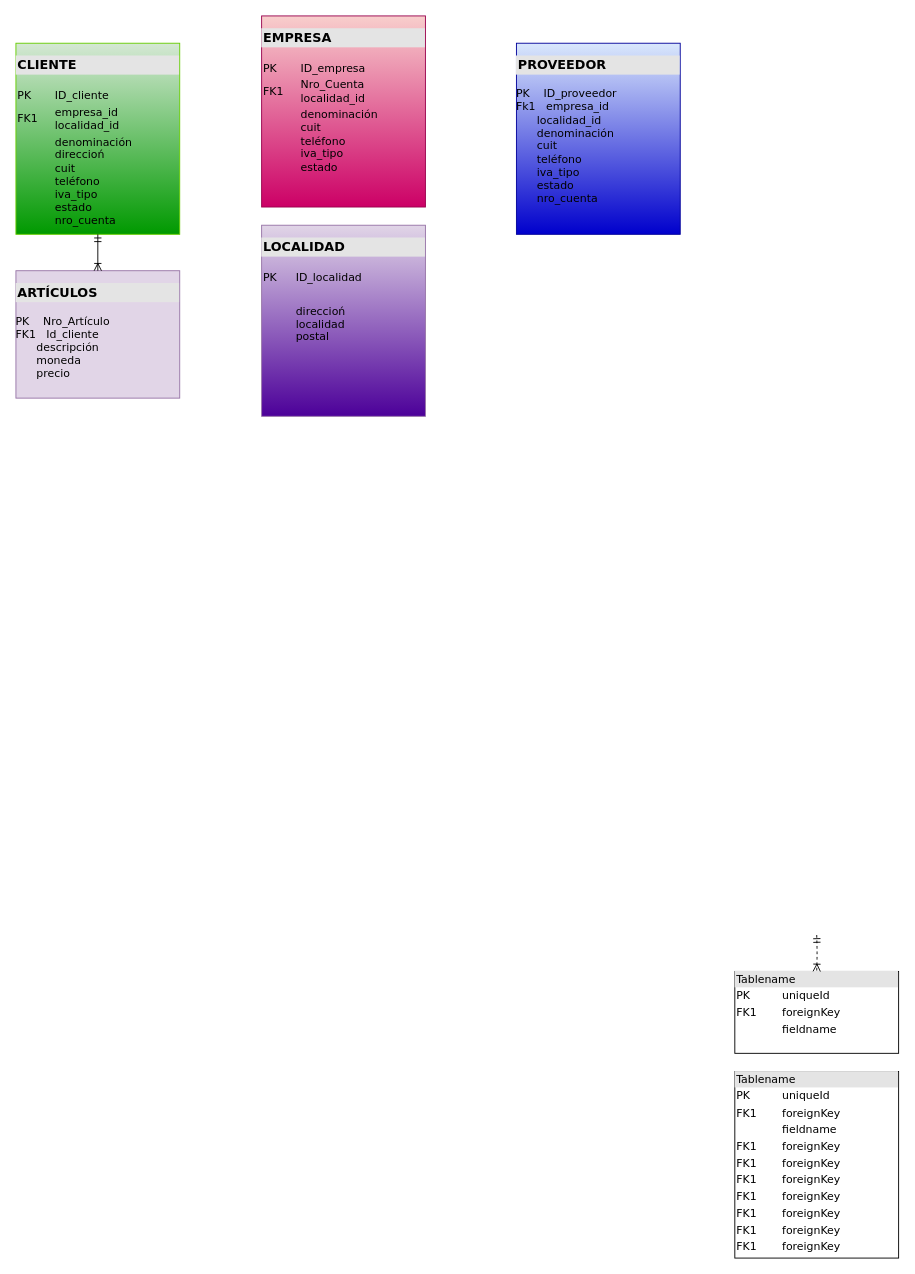
Above: tablas.drawio in nataliaMarzec/sac (draw.io), before the change. Source tidied: cells renumbered, new cells numbered last; positions are measured from the earlier drawing's top-left corner, leaving out a move shared by most shapes. Both pictures are drawn from the tidied source at 91%, with x=0, y=0 at pixel (15, 15).
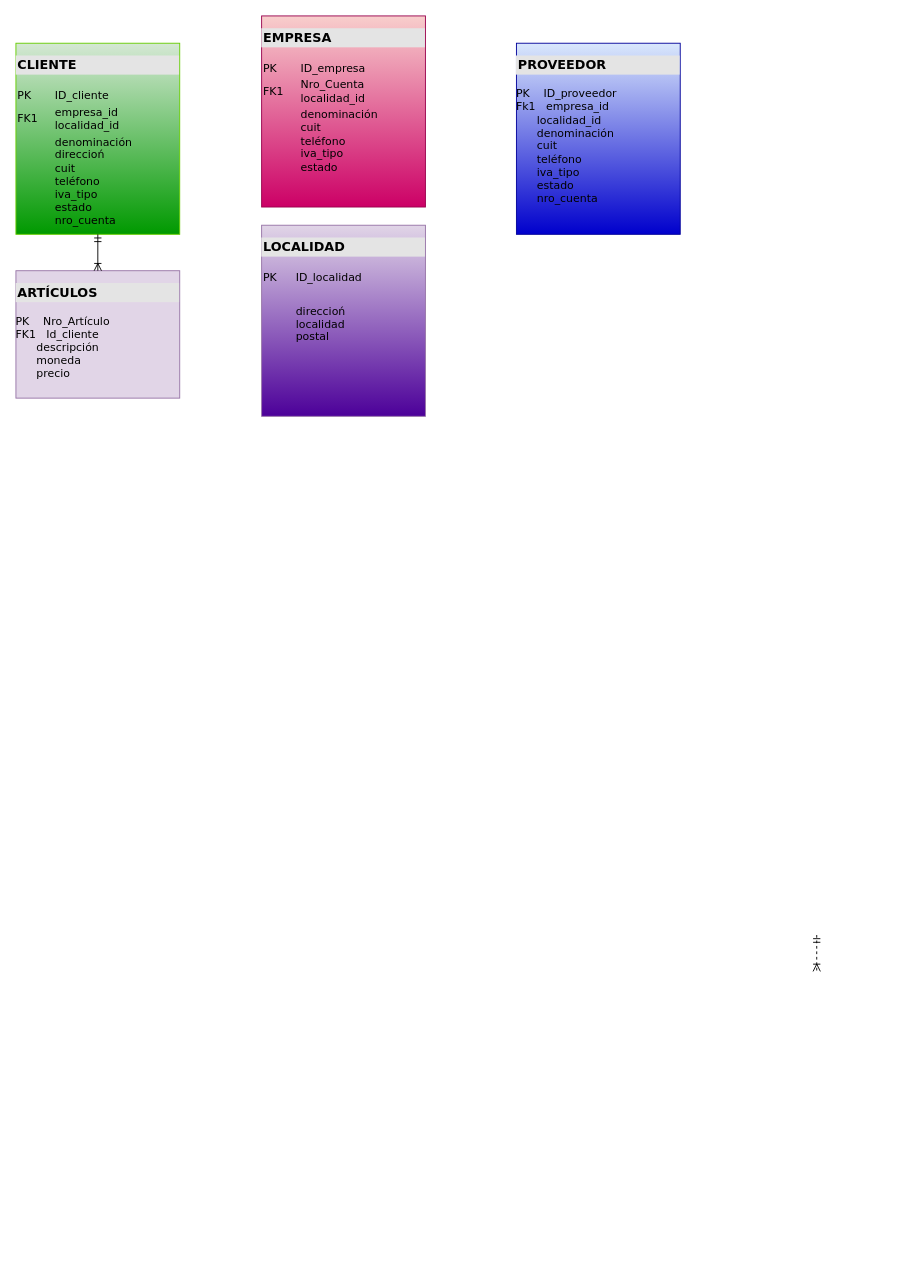
The same page after the edit.

The edit, as a diff of the source:
```diff
@@
 <mxGraphModel background="#ffffff">
   <root>
     <mxCell id="0" />
     <mxCell id="1" parent="0" />
     <mxCell id="2" value="&lt;h3 style=&quot;box-sizing: border-box ; width: 100% ; background: #e4e4e4 ; padding: 2px&quot;&gt;CLIENTE&lt;/h3&gt;&lt;table style=&quot;width: 100% ; font-size: 1em&quot; cellpadding=&quot;2&quot; cellspacing=&quot;0&quot;&gt;&lt;tbody&gt;&lt;tr&gt;&lt;td&gt;PK&lt;/td&gt;&lt;td&gt;ID_cliente&lt;/td&gt;&lt;/tr&gt;&lt;tr&gt;&lt;td&gt;FK1&lt;/td&gt;&lt;td&gt;empresa_id&lt;br&gt;localidad_id&lt;/td&gt;&lt;/tr&gt;&lt;tr&gt;&lt;td&gt;&lt;/td&gt;&lt;td&gt;denominación&lt;br&gt;direccioń&lt;br&gt;cuit&lt;br&gt;teléfono&lt;br&gt;iva_tipo&lt;br&gt;estado&lt;br&gt;nro_cuenta&lt;/td&gt;&lt;/tr&gt;&lt;/tbody&gt;&lt;/table&gt;" style="verticalAlign=top;align=left;overflow=fill;html=1;rounded=0;shadow=0;comic=0;labelBackgroundColor=none;strokeWidth=1;fontFamily=Verdana;fontSize=12;fillColor=#d5e8d4;strokeColor=#66CC00;gradientColor=#009900;" parent="1" vertex="1">
       <mxGeometry y="30" width="180" height="210" as="geometry" />
     </mxCell>
     <mxCell id="3" value="&lt;h3 style=&quot;box-sizing: border-box ; width: 100% ; background: #e4e4e4 ; padding: 2px&quot;&gt;ARTÍCULOS&lt;/h3&gt;&lt;div&gt;PK&amp;nbsp; &amp;nbsp; Nro_Artículo&lt;/div&gt;&lt;div&gt;FK1&amp;nbsp; &amp;nbsp;Id_cliente&lt;/div&gt;&lt;div&gt;&amp;nbsp; &amp;nbsp; &amp;nbsp; descripción&lt;/div&gt;&lt;div&gt;&amp;nbsp; &amp;nbsp; &amp;nbsp; moneda&lt;/div&gt;&lt;div&gt;&amp;nbsp; &amp;nbsp; &amp;nbsp; precio&lt;/div&gt;&lt;div&gt;&lt;br&gt;&lt;/div&gt;" style="verticalAlign=top;align=left;overflow=fill;html=1;rounded=0;shadow=0;comic=0;labelBackgroundColor=none;strokeWidth=1;fontFamily=Verdana;fontSize=12;fillColor=#e1d5e7;strokeColor=#9673a6;" parent="1" vertex="1">
       <mxGeometry y="280" width="180" height="140" as="geometry" />
     </mxCell>
-    <mxCell id="4" value="&lt;div style=&quot;box-sizing: border-box ; width: 100% ; background: #e4e4e4 ; padding: 2px&quot;&gt;Tablename&lt;/div&gt;&lt;table style=&quot;width: 100% ; font-size: 1em&quot; cellpadding=&quot;2&quot; cellspacing=&quot;0&quot;&gt;&lt;tbody&gt;&lt;tr&gt;&lt;td&gt;PK&lt;/td&gt;&lt;td&gt;uniqueId&lt;/td&gt;&lt;/tr&gt;&lt;tr&gt;&lt;td&gt;FK1&lt;/td&gt;&lt;td&gt;foreignKey&lt;/td&gt;&lt;/tr&gt;&lt;tr&gt;&lt;td&gt;&lt;/td&gt;&lt;td&gt;fieldname&lt;/td&gt;&lt;/tr&gt;&lt;tr&gt;&lt;td&gt;FK1&lt;br&gt;&lt;/td&gt;&lt;td&gt;foreignKey&lt;br&gt;&lt;/td&gt;&lt;/tr&gt;&lt;tr&gt;&lt;td&gt;FK1&lt;br&gt;&lt;/td&gt;&lt;td&gt;foreignKey&lt;br&gt;&lt;/td&gt;&lt;/tr&gt;&lt;tr&gt;&lt;td&gt;FK1&lt;br&gt;&lt;/td&gt;&lt;td&gt;foreignKey&lt;br&gt;&lt;/td&gt;&lt;/tr&gt;&lt;tr&gt;&lt;td&gt;FK1&lt;br&gt;&lt;/td&gt;&lt;td&gt;foreignKey&lt;br&gt;&lt;/td&gt;&lt;/tr&gt;&lt;tr&gt;&lt;td&gt;FK1&lt;br&gt;&lt;/td&gt;&lt;td&gt;foreignKey&lt;br&gt;&lt;/td&gt;&lt;/tr&gt;&lt;tr&gt;&lt;td&gt;FK1&lt;br&gt;&lt;/td&gt;&lt;td&gt;foreignKey&lt;br&gt;&lt;/td&gt;&lt;/tr&gt;&lt;tr&gt;&lt;td&gt;FK1&lt;br&gt;&lt;/td&gt;&lt;td&gt;foreignKey&lt;br&gt;&lt;/td&gt;&lt;/tr&gt;&lt;/tbody&gt;&lt;/table&gt;" style="verticalAlign=top;align=left;overflow=fill;html=1;rounded=0;shadow=0;comic=0;labelBackgroundColor=none;strokeWidth=1;fontFamily=Verdana;fontSize=12;" parent="1" vertex="1">
-      <mxGeometry x="790" y="1160" width="180" height="205" as="geometry" />
-    </mxCell>
-    <mxCell id="5" value="&lt;div style=&quot;box-sizing:border-box;width:100%;background:#e4e4e4;padding:2px;&quot;&gt;Tablename&lt;/div&gt;&lt;table style=&quot;width:100%;font-size:1em;&quot; cellpadding=&quot;2&quot; cellspacing=&quot;0&quot;&gt;&lt;tr&gt;&lt;td&gt;PK&lt;/td&gt;&lt;td&gt;uniqueId&lt;/td&gt;&lt;/tr&gt;&lt;tr&gt;&lt;td&gt;FK1&lt;/td&gt;&lt;td&gt;foreignKey&lt;/td&gt;&lt;/tr&gt;&lt;tr&gt;&lt;td&gt;&lt;/td&gt;&lt;td&gt;fieldname&lt;/td&gt;&lt;/tr&gt;&lt;/table&gt;" style="verticalAlign=top;align=left;overflow=fill;html=1;rounded=0;shadow=0;comic=0;labelBackgroundColor=none;strokeWidth=1;fontFamily=Verdana;fontSize=12;" parent="1" vertex="1">
-      <mxGeometry x="790" y="1050" width="180" height="90" as="geometry" />
-    </mxCell>
-    <mxCell id="6" style="edgeStyle=orthogonalEdgeStyle;html=1;entryX=0.5;entryY=0;dashed=1;labelBackgroundColor=none;startArrow=ERmandOne;endArrow=ERoneToMany;fontFamily=Verdana;fontSize=12;align=left;" parent="1" edge="1" target="5">
+    <mxCell id="6" style="edgeStyle=orthogonalEdgeStyle;html=1;entryX=0.5;entryY=0;dashed=1;labelBackgroundColor=none;startArrow=ERmandOne;endArrow=ERoneToMany;fontFamily=Verdana;fontSize=12;align=left;" parent="1" edge="1">
       <mxGeometry relative="1" as="geometry">
         <mxPoint x="880" y="1010" as="sourcePoint" />
+        <mxPoint x="880" y="1050" as="targetPoint" />
       </mxGeometry>
     </mxCell>
     <mxCell id="7" style="edgeStyle=orthogonalEdgeStyle;html=1;endArrow=ERoneToMany;startArrow=ERmandOne;labelBackgroundColor=none;fontFamily=Verdana;fontSize=12;align=left;exitX=0.5;exitY=1;entryX=0.5;entryY=0;" parent="1" edge="1" source="2" target="3">
       <mxGeometry relative="1" as="geometry" />
     </mxCell>
     <mxCell id="8" value="&lt;h3 style=&quot;box-sizing: border-box ; width: 100% ; background: #e4e4e4 ; padding: 2px&quot;&gt;PROVEEDOR&lt;/h3&gt;&lt;div&gt;PK&amp;nbsp; &amp;nbsp; ID_proveedor&lt;/div&gt;&lt;div&gt;Fk1&amp;nbsp; &amp;nbsp;empresa_id&lt;/div&gt;&lt;div&gt;&amp;nbsp; &amp;nbsp; &amp;nbsp; localidad_id&lt;/div&gt;&lt;div&gt;&amp;nbsp; &amp;nbsp; &amp;nbsp; denominación&lt;/div&gt;&lt;div&gt;&amp;nbsp; &amp;nbsp; &amp;nbsp; cuit&lt;/div&gt;&lt;div&gt;&amp;nbsp; &amp;nbsp; &amp;nbsp; teléfono&lt;/div&gt;&lt;div&gt;&amp;nbsp; &amp;nbsp; &amp;nbsp; iva_tipo&lt;/div&gt;&lt;div&gt;&amp;nbsp; &amp;nbsp; &amp;nbsp; estado&lt;/div&gt;&lt;div&gt;&amp;nbsp; &amp;nbsp; &amp;nbsp; nro_cuenta&lt;/div&gt;&lt;div&gt;&amp;nbsp; &amp;nbsp;&amp;nbsp;&lt;/div&gt;" style="verticalAlign=top;align=left;overflow=fill;html=1;rounded=0;shadow=0;comic=0;labelBackgroundColor=none;strokeWidth=1;fontFamily=Verdana;fontSize=12;fillColor=#dae8fc;strokeColor=#000099;gradientColor=#0000CC;" parent="1" vertex="1">
       <mxGeometry x="550" y="30" width="180" height="210" as="geometry" />
     </mxCell>
     <mxCell id="9" value="&lt;h3 style=&quot;box-sizing: border-box ; width: 100% ; background: #e4e4e4 ; padding: 2px&quot;&gt;EMPRESA&lt;/h3&gt;&lt;table style=&quot;width: 100% ; font-size: 1em&quot; cellpadding=&quot;2&quot; cellspacing=&quot;0&quot;&gt;&lt;tbody&gt;&lt;tr&gt;&lt;td&gt;PK&lt;/td&gt;&lt;td&gt;ID_empresa&lt;/td&gt;&lt;/tr&gt;&lt;tr&gt;&lt;td&gt;FK1&lt;/td&gt;&lt;td&gt;Nro_Cuenta&lt;br&gt;localidad_id&lt;/td&gt;&lt;/tr&gt;&lt;tr&gt;&lt;td&gt;&lt;/td&gt;&lt;td&gt;denominación&lt;br&gt;cuit&lt;br&gt;teléfono&lt;br&gt;iva_tipo&lt;br&gt;estado&lt;/td&gt;&lt;/tr&gt;&lt;/tbody&gt;&lt;/table&gt;" style="verticalAlign=top;align=left;overflow=fill;html=1;rounded=0;shadow=0;comic=0;labelBackgroundColor=none;strokeWidth=1;fontFamily=Verdana;fontSize=12;fillColor=#f8cecc;strokeColor=#99004D;gradientColor=#CC0066;" parent="1" vertex="1">
       <mxGeometry x="270" width="180" height="210" as="geometry" />
     </mxCell>
     <mxCell id="10" value="&lt;h3 style=&quot;box-sizing: border-box ; width: 100% ; background: #e4e4e4 ; padding: 2px&quot;&gt;LOCALIDAD&lt;/h3&gt;&lt;table style=&quot;width: 100% ; font-size: 1em&quot; cellpadding=&quot;2&quot; cellspacing=&quot;0&quot;&gt;&lt;tbody&gt;&lt;tr&gt;&lt;td&gt;PK&lt;/td&gt;&lt;td&gt;ID_localidad&lt;/td&gt;&lt;/tr&gt;&lt;tr&gt;&lt;td&gt;&lt;br&gt;&lt;/td&gt;&lt;td&gt;&lt;br&gt;&lt;/td&gt;&lt;/tr&gt;&lt;tr&gt;&lt;td&gt;&lt;/td&gt;&lt;td&gt;direccioń&lt;br&gt;localidad&lt;br&gt;postal&lt;br&gt;&lt;/td&gt;&lt;/tr&gt;&lt;/tbody&gt;&lt;/table&gt;" style="verticalAlign=top;align=left;overflow=fill;html=1;rounded=0;shadow=0;comic=0;labelBackgroundColor=none;strokeWidth=1;fontFamily=Verdana;fontSize=12;fillColor=#e1d5e7;strokeColor=#9673a6;gradientColor=#4C0099;" parent="1" vertex="1">
       <mxGeometry x="270" y="230" width="180" height="210" as="geometry" />
     </mxCell>
   </root>
 </mxGraphModel>
```
